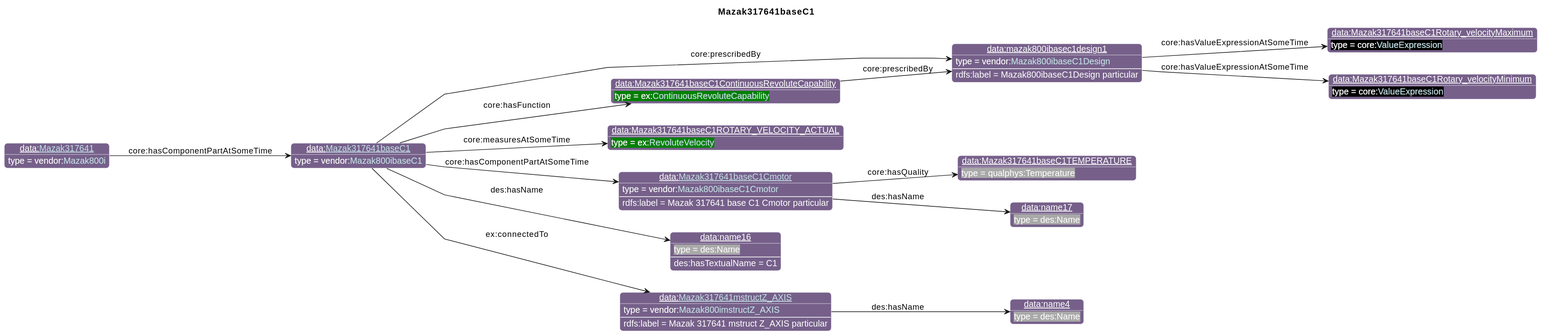
The PlantUML diagram diagrams/Mazak317641baseC1.svg in iofoundry/example-syseng-mtconnect, before a commit.
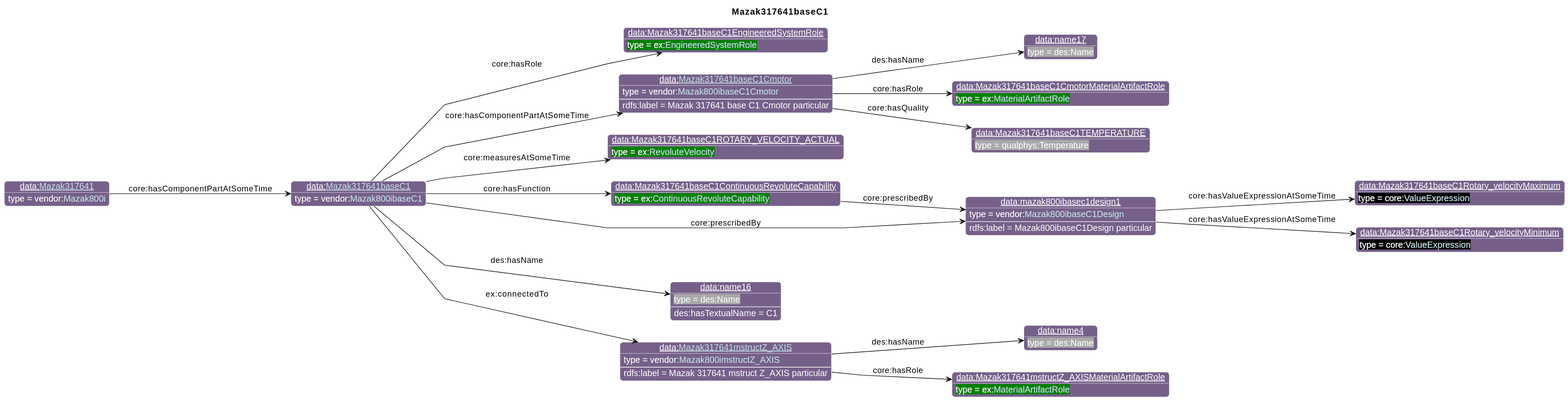
Later version of the same file.

What changed in the source:
```diff
@@ -26,33 +26,39 @@
                       "qp":"641B2E"
       }
 individual(o0, data:[[./Mazak317641baseC1.html Mazak317641baseC1]], vendor:[[../Mazak.html#Mazak800ibaseC1 Mazak800ibaseC1]])
-individual(o1, data:mazak800ibasec1design1, vendor:[[../Mazak.html#Mazak800ibaseC1Design Mazak800ibaseC1Design]])
-individual(o2, data:Mazak317641baseC1Rotary_velocityMaximum, core:[[https://spec.industrialontologies.org/ontology/core/Core/ValueExpression ValueExpression]])
-individual(o3, data:Mazak317641baseC1Rotary_velocityMinimum, core:[[https://spec.industrialontologies.org/ontology/core/Core/ValueExpression ValueExpression]])
-individual(o4, data:Mazak317641baseC1ROTARY_VELOCITY_ACTUAL, ex:[[../Example.html#RevoluteVelocity RevoluteVelocity]])
-individual(o5, data:[[./Mazak317641baseC1Cmotor.html Mazak317641baseC1Cmotor]], vendor:[[../Mazak.html#Mazak800ibaseC1Cmotor Mazak800ibaseC1Cmotor]])
-individual(o6, data:Mazak317641baseC1TEMPERATURE, qualphys:Temperature)
-individual(o7, data:name17, des:Name)
-individual(o8, data:Mazak317641baseC1ContinuousRevoluteCapability, ex:[[../Example.html#ContinuousRevoluteCapability ContinuousRevoluteCapability]])
-individual(o9, data:name16, des:Name)
-individual(o10, data:[[./Mazak317641mstructZ_AXIS.html Mazak317641mstructZ_AXIS]], vendor:[[../Mazak.html#Mazak800imstructZ_AXIS Mazak800imstructZ_AXIS]])
-individual(o11, data:name4, des:Name)
-individual(o12, data:[[./Mazak317641.html Mazak317641]], vendor:[[../Mazak.html#Mazak800i Mazak800i]])
-property(o0, "core:prescribedBy", o1)
-data(o1, "rdfs:label", "Mazak800ibaseC1Design particular")
-property(o1, "core:hasValueExpressionAtSomeTime", o2)
-property(o1, "core:hasValueExpressionAtSomeTime", o3)
-property(o0, "core:measuresAtSomeTime", o4)
-property(o0, "core:hasComponentPartAtSomeTime", o5)
-data(o5, "rdfs:label", "Mazak 317641 base C1 Cmotor particular")
-property(o5, "core:hasQuality", o6)
-property(o5, "des:hasName", o7)
-property(o0, "core:hasFunction", o8)
-property(o8, "core:prescribedBy", o1)
-property(o0, "des:hasName", o9)
-data(o9, "des:hasTextualName", "C1")
-property(o0, "ex:connectedTo", o10)
-data(o10, "rdfs:label", "Mazak 317641 mstruct Z_AXIS particular")
-property(o10, "des:hasName", o11)
-property(o12, "core:hasComponentPartAtSomeTime", o0)
+individual(o1, data:Mazak317641baseC1EngineeredSystemRole, ex:[[../Example.html#EngineeredSystemRole EngineeredSystemRole]])
+individual(o2, data:mazak800ibasec1design1, vendor:[[../Mazak.html#Mazak800ibaseC1Design Mazak800ibaseC1Design]])
+individual(o3, data:Mazak317641baseC1Rotary_velocityMaximum, core:[[https://spec.industrialontologies.org/ontology/core/Core/ValueExpression ValueExpression]])
+individual(o4, data:Mazak317641baseC1Rotary_velocityMinimum, core:[[https://spec.industrialontologies.org/ontology/core/Core/ValueExpression ValueExpression]])
+individual(o5, data:Mazak317641baseC1ROTARY_VELOCITY_ACTUAL, ex:[[../Example.html#RevoluteVelocity RevoluteVelocity]])
+individual(o6, data:[[./Mazak317641baseC1Cmotor.html Mazak317641baseC1Cmotor]], vendor:[[../Mazak.html#Mazak800ibaseC1Cmotor Mazak800ibaseC1Cmotor]])
+individual(o7, data:Mazak317641baseC1CmotorMaterialArtifactRole, ex:[[../Example.html#MaterialArtifactRole MaterialArtifactRole]])
+individual(o8, data:Mazak317641baseC1TEMPERATURE, qualphys:Temperature)
+individual(o9, data:name17, des:Name)
+individual(o10, data:Mazak317641baseC1ContinuousRevoluteCapability, ex:[[../Example.html#ContinuousRevoluteCapability ContinuousRevoluteCapability]])
+individual(o11, data:name16, des:Name)
+individual(o12, data:[[./Mazak317641mstructZ_AXIS.html Mazak317641mstructZ_AXIS]], vendor:[[../Mazak.html#Mazak800imstructZ_AXIS Mazak800imstructZ_AXIS]])
+individual(o13, data:Mazak317641mstructZ_AXISMaterialArtifactRole, ex:[[../Example.html#MaterialArtifactRole MaterialArtifactRole]])
+individual(o14, data:name4, des:Name)
+individual(o15, data:[[./Mazak317641.html Mazak317641]], vendor:[[../Mazak.html#Mazak800i Mazak800i]])
+property(o0, "core:hasRole", o1)
+property(o0, "core:prescribedBy", o2)
+data(o2, "rdfs:label", "Mazak800ibaseC1Design particular")
+property(o2, "core:hasValueExpressionAtSomeTime", o3)
+property(o2, "core:hasValueExpressionAtSomeTime", o4)
+property(o0, "core:measuresAtSomeTime", o5)
+property(o0, "core:hasComponentPartAtSomeTime", o6)
+data(o6, "rdfs:label", "Mazak 317641 base C1 Cmotor particular")
+property(o6, "core:hasRole", o7)
+property(o6, "core:hasQuality", o8)
+property(o6, "des:hasName", o9)
+property(o0, "core:hasFunction", o10)
+property(o10, "core:prescribedBy", o2)
+property(o0, "des:hasName", o11)
+data(o11, "des:hasTextualName", "C1")
+property(o0, "ex:connectedTo", o12)
+data(o12, "rdfs:label", "Mazak 317641 mstruct Z_AXIS particular")
+property(o12, "core:hasRole", o13)
+property(o12, "des:hasName", o14)
+property(o15, "core:hasComponentPartAtSomeTime", o0)
 @enduml
```
